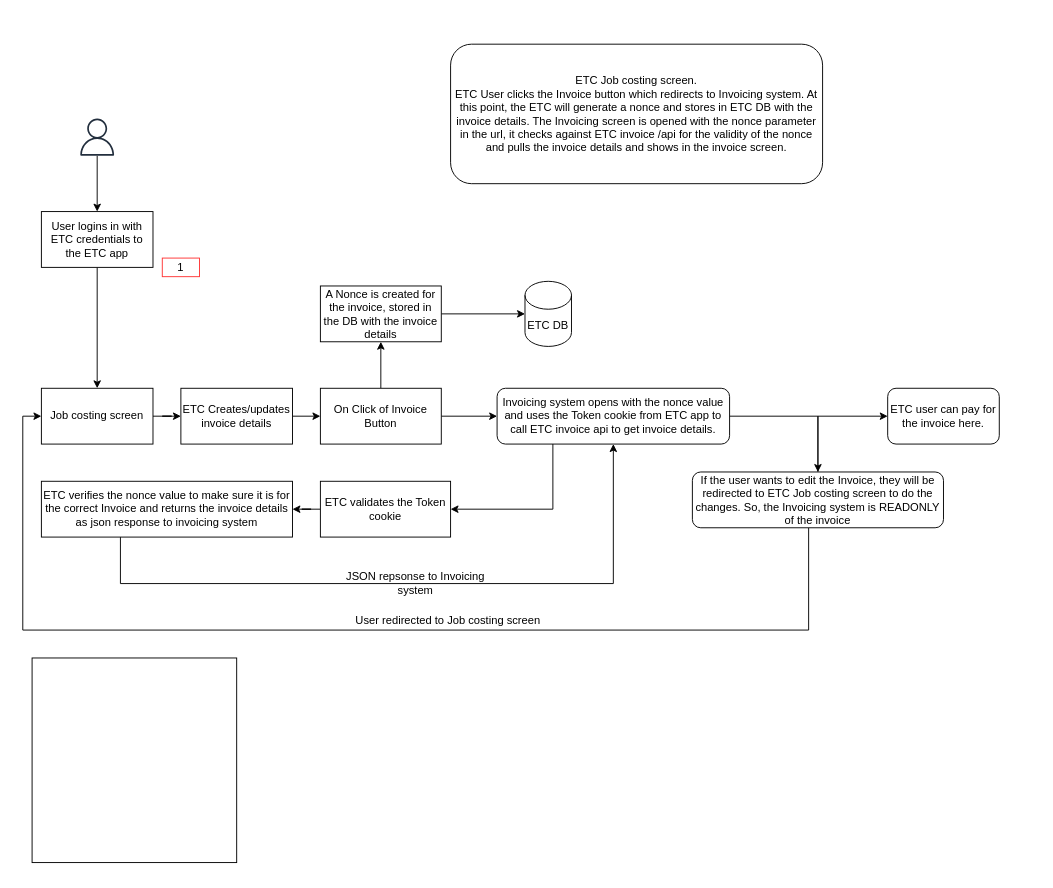
Before: page "ETC Integration" (5 of 5) of customer-management.drawio in coolsharepoint/Test, a draw.io diagram. Source tidied: cells renumbered, new cells numbered last; positions are measured from the earlier drawing's top-left corner, leaving out a move shared by most shapes. Both pictures are drawn from the tidied source at 93%, with x=0, y=0 at pixel (22, 44).
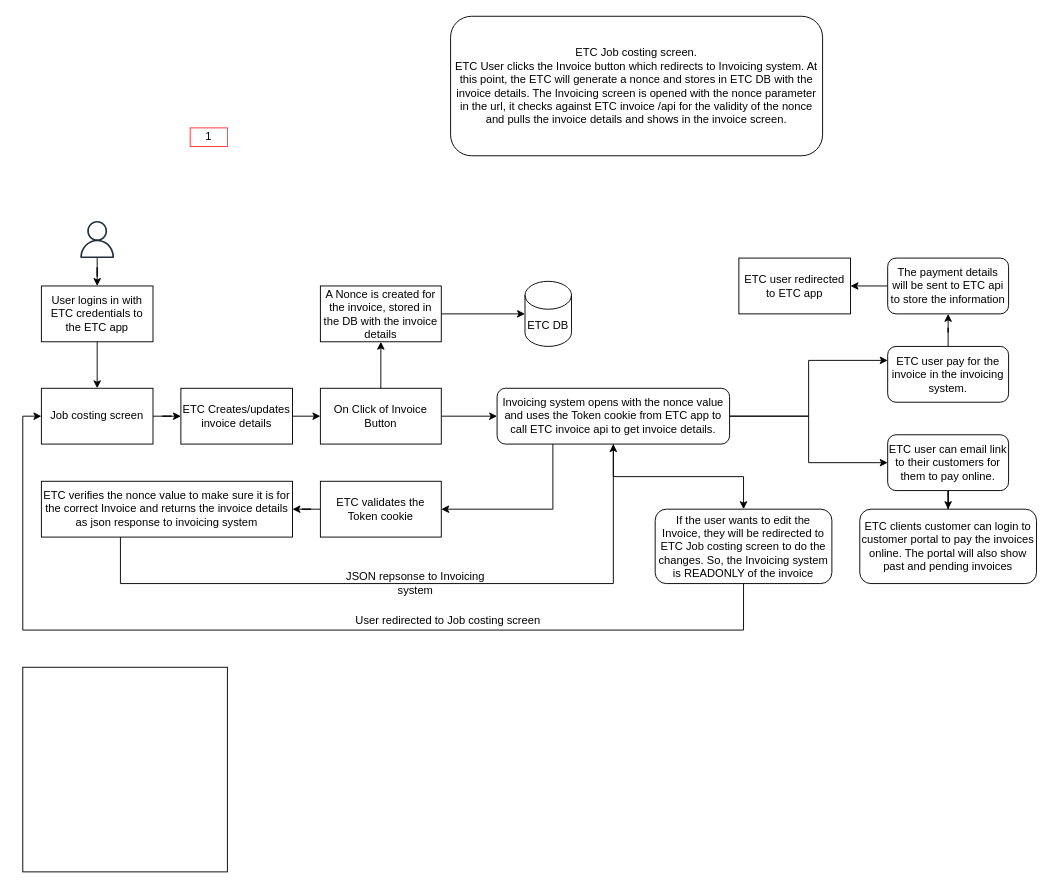
The same page after the edit.

The change refers to these unchanged cells:
```xml
<mxCell id="10" value="Job costing screen" style="rounded=0;whiteSpace=wrap;html=1;" parent="1" vertex="1">
  <mxGeometry x="20" y="370" width="120" height="60" as="geometry" />
</mxCell>
<mxCell id="21" value="Invoicing system opens with the nonce value and uses the Token cookie from ETC app to call ETC invoice api to get invoice details." style="rounded=1;whiteSpace=wrap;html=1;strokeColor=#000000;" parent="1" vertex="1">
  <mxGeometry x="510" y="370" width="250" height="60" as="geometry" />
</mxCell>
```

Diff of the diagram source:
```diff
@@
     <mxCell id="3" value="User logins in with ETC credentials to the ETC app" style="rounded=0;whiteSpace=wrap;html=1;" parent="1" vertex="1">
-      <mxGeometry x="20" y="180" width="120" height="60" as="geometry" />
+      <mxGeometry x="20" y="260" width="120" height="60" as="geometry" />
     </mxCell>
@@
     <mxCell id="5" style="outlineConnect=0;fontColor=#232F3E;gradientColor=none;fillColor=#232F3E;strokeColor=none;dashed=0;verticalLabelPosition=bottom;verticalAlign=top;align=center;html=1;fontSize=12;fontStyle=0;shape=mxgraph.aws4.user;" parent="1" vertex="1">
-      <mxGeometry x="60" y="80" width="40" height="40" as="geometry" />
+      <mxGeometry x="60" y="190" width="40" height="40" as="geometry" />
     </mxCell>
     <mxCell id="6" value="ETC Job costing screen.&lt;br&gt;ETC User clicks the Invoice button which redirects to Invoicing system. At this point, the ETC will generate a nonce and stores in ETC DB with the invoice details. The Invoicing screen is opened with the nonce parameter in the url, it checks against ETC invoice /api for the validity of the nonce and pulls the invoice details and shows in the invoice screen." style="rounded=1;whiteSpace=wrap;html=1;" parent="1" vertex="1">
-      <mxGeometry x="460" width="400" height="150" as="geometry" />
+      <mxGeometry x="460" y="-30" width="400" height="150" as="geometry" />
     </mxCell>
     <mxCell id="7" value="1" style="text;html=1;strokeColor=#FF3333;fillColor=none;align=center;verticalAlign=middle;whiteSpace=wrap;rounded=0;" parent="1" vertex="1">
-      <mxGeometry x="150" y="230" width="40" height="20" as="geometry" />
+      <mxGeometry x="180" y="90" width="40" height="20" as="geometry" />
     </mxCell>
     <mxCell id="8" style="whiteSpace=wrap;html=1;strokeColor=#000000;" parent="1" vertex="1">
-      <mxGeometry x="10" y="660" width="220" height="220" as="geometry" />
+      <mxGeometry y="670" width="220" height="220" as="geometry" />
     </mxCell>
@@
+    <mxCell id="32" style="edgeStyle=orthogonalEdgeStyle;rounded=0;jettySize=auto;html=1;entryX=0;entryY=0.5;entryDx=0;entryDy=0;" parent="1" edge="1" source="21" target="27">
+      <mxGeometry relative="1" as="geometry" />
+    </mxCell>
+    <mxCell id="33" style="edgeStyle=orthogonalEdgeStyle;rounded=0;jettySize=auto;html=1;entryX=0;entryY=0.25;entryDx=0;entryDy=0;" parent="1" edge="1" source="21" target="36">
+      <mxGeometry relative="1" as="geometry" />
+    </mxCell>
-    <mxCell id="20" style="edgeStyle=orthogonalEdgeStyle;rounded=0;jettySize=auto;html=1;exitX=1;exitY=0.5;exitDx=0;exitDy=0;entryX=0.5;entryY=0;entryDx=0;entryDy=0;" parent="1" edge="1" source="21" target="30">
+    <mxCell id="20" style="edgeStyle=orthogonalEdgeStyle;rounded=0;jettySize=auto;html=1;entryX=0.5;entryY=0;entryDx=0;entryDy=0;" parent="1" edge="1" source="21" target="30">
       <mxGeometry relative="1" as="geometry" />
     </mxCell>
@@
     <mxCell id="23" value="&lt;span&gt;ETC validates the Token cookie&lt;/span&gt;" style="rounded=0;whiteSpace=wrap;html=1;" parent="1" vertex="1">
-      <mxGeometry x="320" y="470" width="140" height="60" as="geometry" />
+      <mxGeometry x="320" y="470" width="130" height="60" as="geometry" />
     </mxCell>
@@
+    <mxCell id="34" style="edgeStyle=orthogonalEdgeStyle;rounded=0;jettySize=auto;html=1;exitX=0.5;exitY=1;exitDx=0;exitDy=0;" parent="1" edge="1" source="27" target="37">
+      <mxGeometry relative="1" as="geometry" />
+    </mxCell>
-    <mxCell id="27" value="ETC user can pay for the invoice here." style="rounded=1;whiteSpace=wrap;html=1;strokeColor=#000000;" parent="1" vertex="1">
-      <mxGeometry x="930" y="370" width="120" height="60" as="geometry" />
+    <mxCell id="27" value="ETC user can email link to their customers for them to pay online." style="rounded=1;whiteSpace=wrap;html=1;strokeColor=#000000;" parent="1" vertex="1">
+      <mxGeometry x="930" y="420" width="130" height="60" as="geometry" />
     </mxCell>
     <mxCell id="28" style="edgeStyle=orthogonalEdgeStyle;rounded=0;jettySize=auto;html=1;entryX=0;entryY=0.5;entryDx=0;entryDy=0;" parent="1" edge="1" source="30" target="10">
       <mxGeometry relative="1" as="geometry">
         <Array as="points">
-          <mxPoint x="845" y="630" />
+          <mxPoint x="775" y="630" />
           <mxPoint y="630" />
           <mxPoint y="400" />
         </Array>
       </mxGeometry>
     </mxCell>
-    <mxCell id="29" style="edgeStyle=orthogonalEdgeStyle;rounded=0;jettySize=auto;html=1;entryX=0;entryY=0.5;entryDx=0;entryDy=0;" parent="1" edge="1" source="30" target="27">
-      <mxGeometry relative="1" as="geometry" />
-    </mxCell>
     <mxCell id="30" value="If the user wants to edit the Invoice, they will be redirected to ETC Job costing screen to do the changes. So, the Invoicing system is READONLY of the invoice" style="rounded=1;whiteSpace=wrap;html=1;strokeColor=#000000;" parent="1" vertex="1">
-      <mxGeometry x="720" y="460" width="270" height="60" as="geometry" />
+      <mxGeometry x="680" y="500" width="190" height="80" as="geometry" />
     </mxCell>
@@
+    <mxCell id="35" style="edgeStyle=orthogonalEdgeStyle;rounded=0;jettySize=auto;html=1;exitX=0.5;exitY=0;exitDx=0;exitDy=0;" parent="1" edge="1" source="36" target="39">
+      <mxGeometry relative="1" as="geometry" />
+    </mxCell>
+    <mxCell id="36" value="ETC user pay for the invoice in the invoicing system." style="rounded=1;whiteSpace=wrap;html=1;strokeColor=#000000;" parent="1" vertex="1">
+      <mxGeometry x="930" y="325" width="130" height="60" as="geometry" />
+    </mxCell>
+    <mxCell id="37" value="ETC clients customer can login to customer portal to pay the invoices online. The portal will also show past and pending invoices" style="rounded=1;whiteSpace=wrap;html=1;strokeColor=#000000;" parent="1" vertex="1">
+      <mxGeometry x="900" y="500" width="190" height="80" as="geometry" />
+    </mxCell>
+    <mxCell id="38" style="edgeStyle=orthogonalEdgeStyle;rounded=0;jettySize=auto;html=1;entryX=1;entryY=0.5;entryDx=0;entryDy=0;" parent="1" edge="1" source="39">
+      <mxGeometry relative="1" as="geometry">
+        <mxPoint x="890" y="260" as="targetPoint" />
+      </mxGeometry>
+    </mxCell>
+    <mxCell id="39" value="The payment details will be sent to ETC api to store the information" style="rounded=1;whiteSpace=wrap;html=1;strokeColor=#000000;" parent="1" vertex="1">
+      <mxGeometry x="930" y="230" width="130" height="60" as="geometry" />
+    </mxCell>
+    <mxCell id="40" value="&lt;span&gt;ETC user redirected to ETC app&lt;/span&gt;" style="rounded=0;whiteSpace=wrap;html=1;" parent="1" vertex="1">
+      <mxGeometry x="770" y="230" width="120" height="60" as="geometry" />
+    </mxCell>
```
